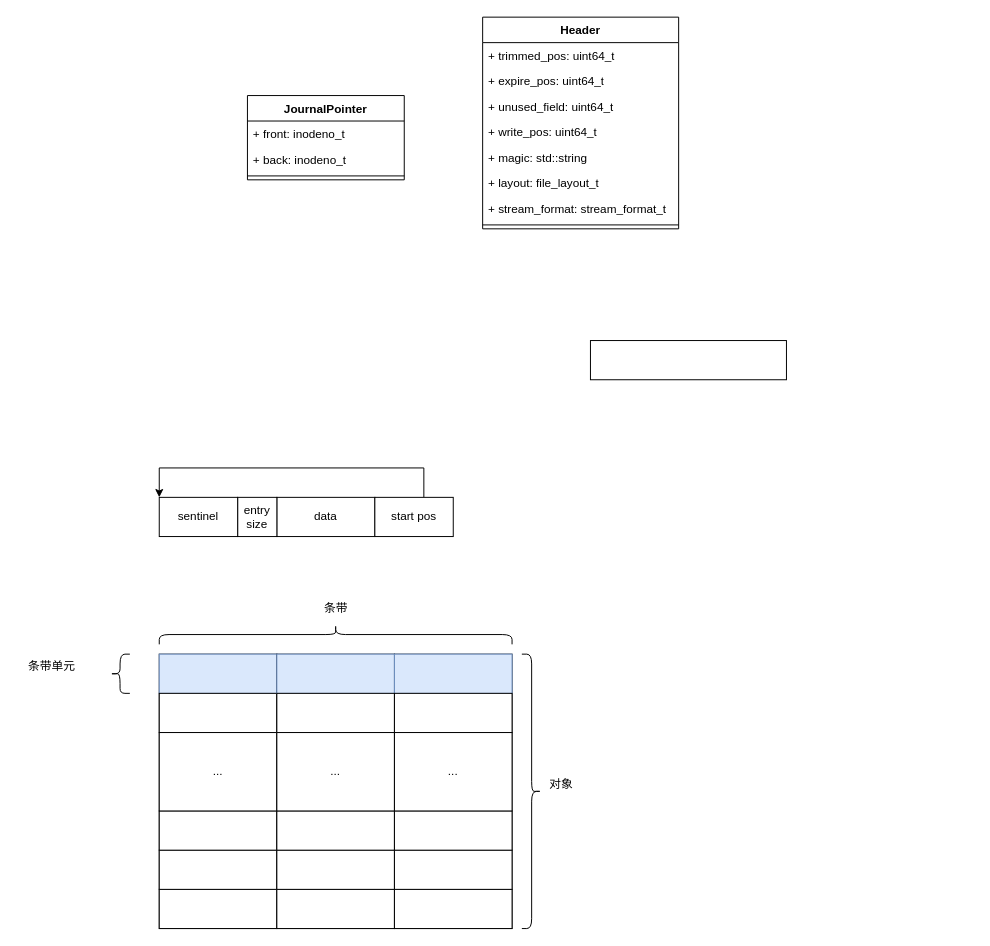
This is mds.drawio from liutimo/liutimo.github.io, a draw.io file, before an edit. Source tidied: cells renumbered, new cells numbered last; positions are measured from the earlier drawing's top-left corner, leaving out a move shared by most shapes. Both pictures are drawn from the tidied source at 98%, with x=0, y=0 at pixel (17, 17).
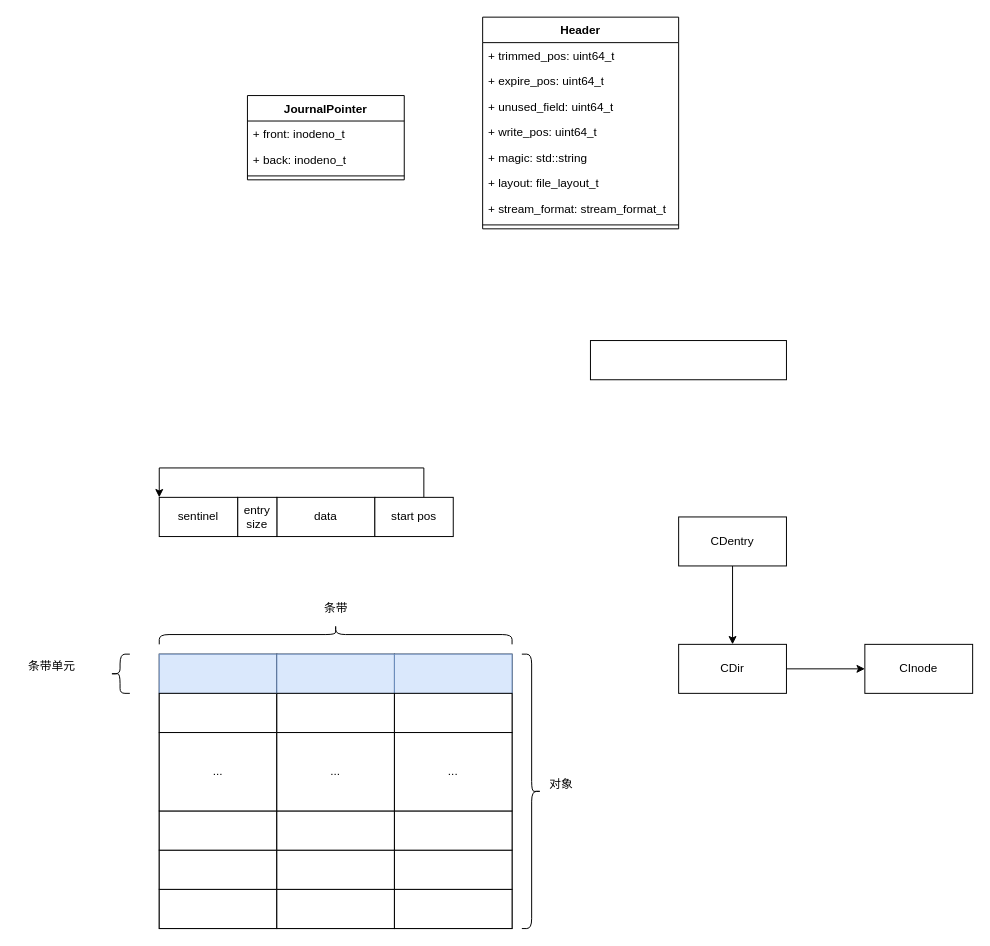
After the change.

The edit, as a diff of the source:
```diff
@@
+    <mxCell id="48" style="edgeStyle=orthogonalEdgeStyle;rounded=0;jettySize=auto;html=1;" parent="1" edge="1" source="49" target="51">
+      <mxGeometry relative="1" as="geometry" />
+    </mxCell>
+    <mxCell id="49" value="CDentry" style="html=1;whiteSpace=wrap;" parent="1" vertex="1">
+      <mxGeometry x="675" y="510" width="110" height="50" as="geometry" />
+    </mxCell>
+    <mxCell id="50" style="edgeStyle=orthogonalEdgeStyle;rounded=0;jettySize=auto;html=1;" parent="1" edge="1" source="51" target="52">
+      <mxGeometry relative="1" as="geometry" />
+    </mxCell>
+    <mxCell id="51" value="CDir" style="html=1;whiteSpace=wrap;" parent="1" vertex="1">
+      <mxGeometry x="675" y="640" width="110" height="50" as="geometry" />
+    </mxCell>
+    <mxCell id="52" value="CInode" style="html=1;whiteSpace=wrap;" parent="1" vertex="1">
+      <mxGeometry x="865" y="640" width="110" height="50" as="geometry" />
+    </mxCell>
```
